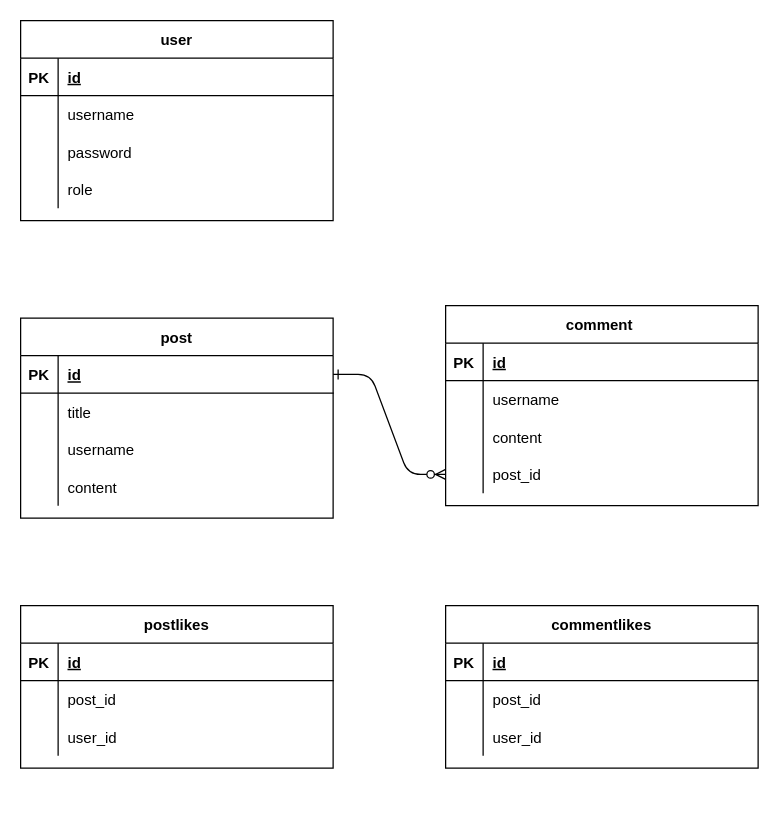
Earlier version of the draw.io diagram 주특기 숙련주차 과제2/제목 없는 다이어그램.drawio (misracis2/hanghae99). Source tidied: cells renumbered, new cells numbered last; positions are measured from the earlier drawing's top-left corner, leaving out a move shared by most shapes. Both pictures are drawn from the tidied source at 125%, with x=0, y=0 at pixel (20, 20).
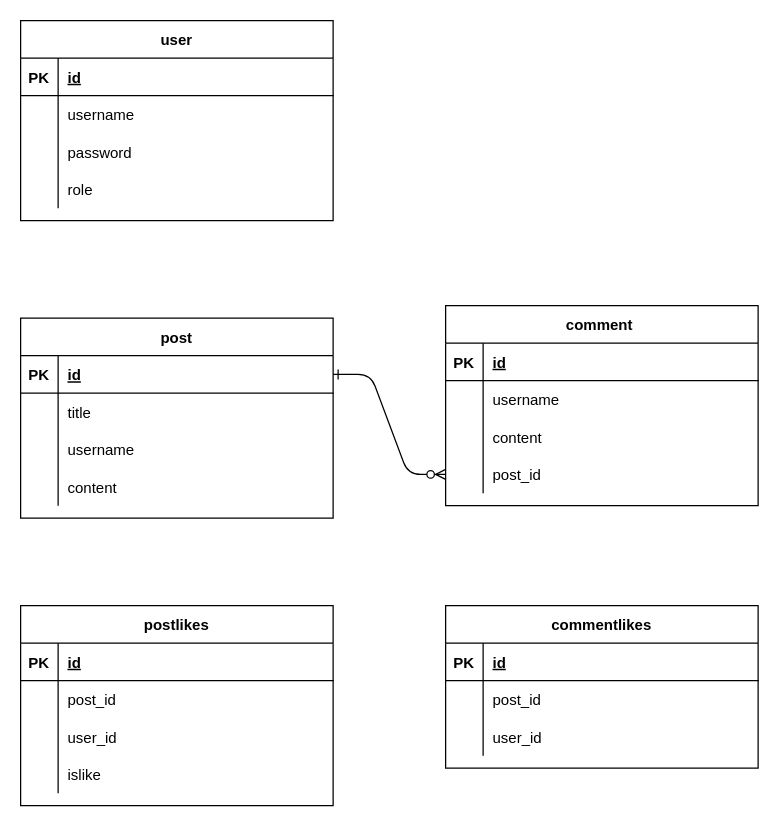
After the change.

Commit message:
제목 없는 다이어그램.drawio 업데이트

Diff of the diagram source:
```diff
@@
     <mxCell id="42" value="postlikes" style="shape=table;startSize=30;childLayout=tableLayout;rowLines=0;fontStyle=1;align=center;" parent="1" vertex="1">
-      <mxGeometry y="468" width="250" height="130" as="geometry" />
+      <mxGeometry y="468" width="250" height="160" as="geometry" />
     </mxCell>
@@
+    <mxCell id="62" style="shape=partialRectangle;fillColor=none;top=0;left=0;right=0;bottom=0;" parent="42" vertex="1">
+      <mxGeometry y="120" width="250" height="30" as="geometry" />
+    </mxCell>
+    <mxCell id="63" style="shape=partialRectangle;overflow=hidden;fillColor=none;top=0;left=0;bottom=0;right=0;" parent="62" vertex="1">
+      <mxGeometry width="30" height="30" as="geometry" />
+    </mxCell>
+    <mxCell id="64" value="islike" style="shape=partialRectangle;overflow=hidden;fillColor=none;top=0;left=0;bottom=0;right=0;align=left;spacingLeft=6;" parent="62" vertex="1">
+      <mxGeometry x="30" width="220" height="30" as="geometry" />
+    </mxCell>
```
